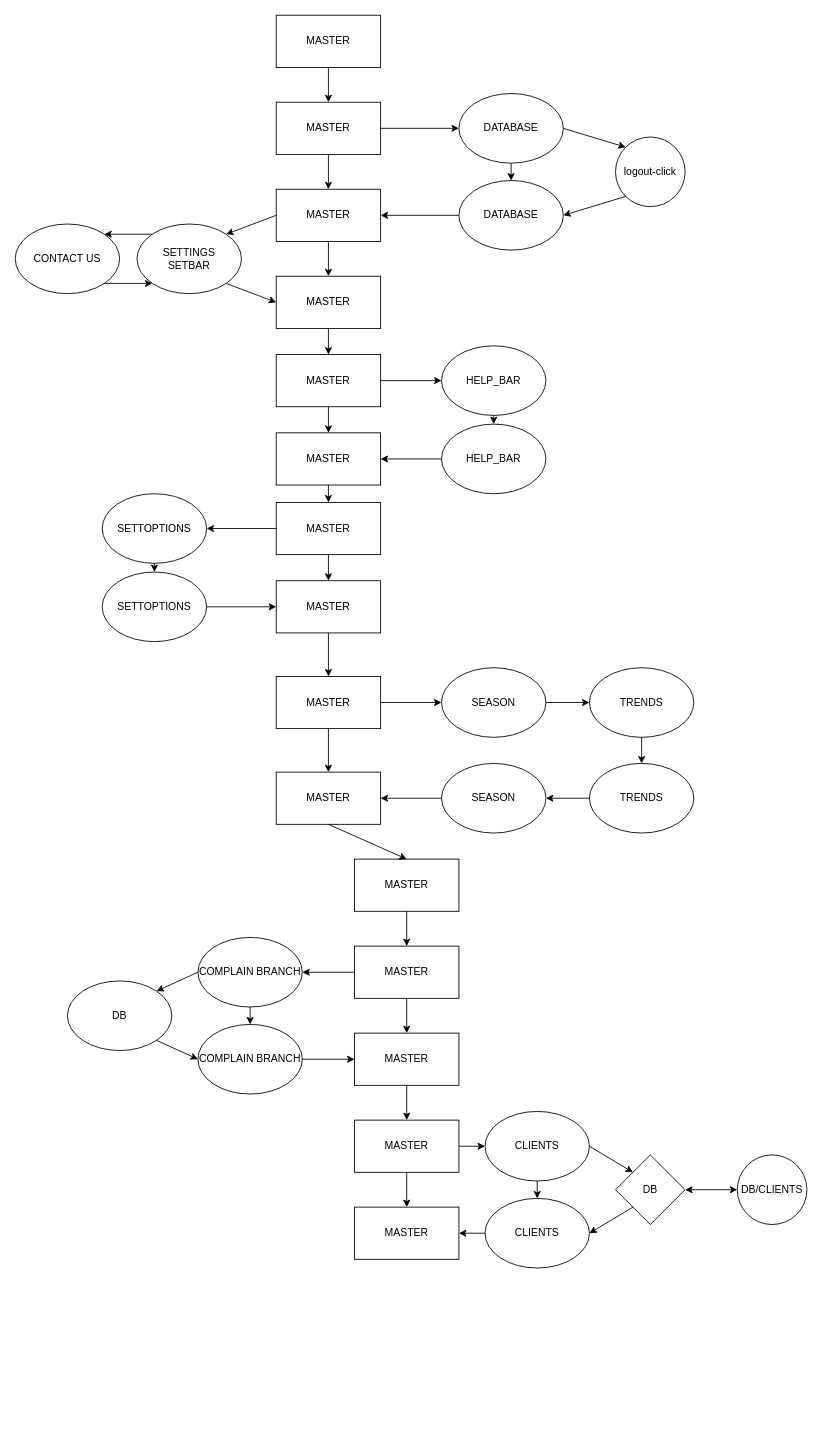
Above: INFORMATION/branches.drawio in Man1exter/MAIG-WAREHOUSE (draw.io), before the change. Source tidied: cells renumbered, new cells numbered last; positions are measured from the earlier drawing's top-left corner, leaving out a move shared by most shapes. Both pictures are drawn from the tidied source at 87%, with x=0, y=0 at pixel (15, 15).
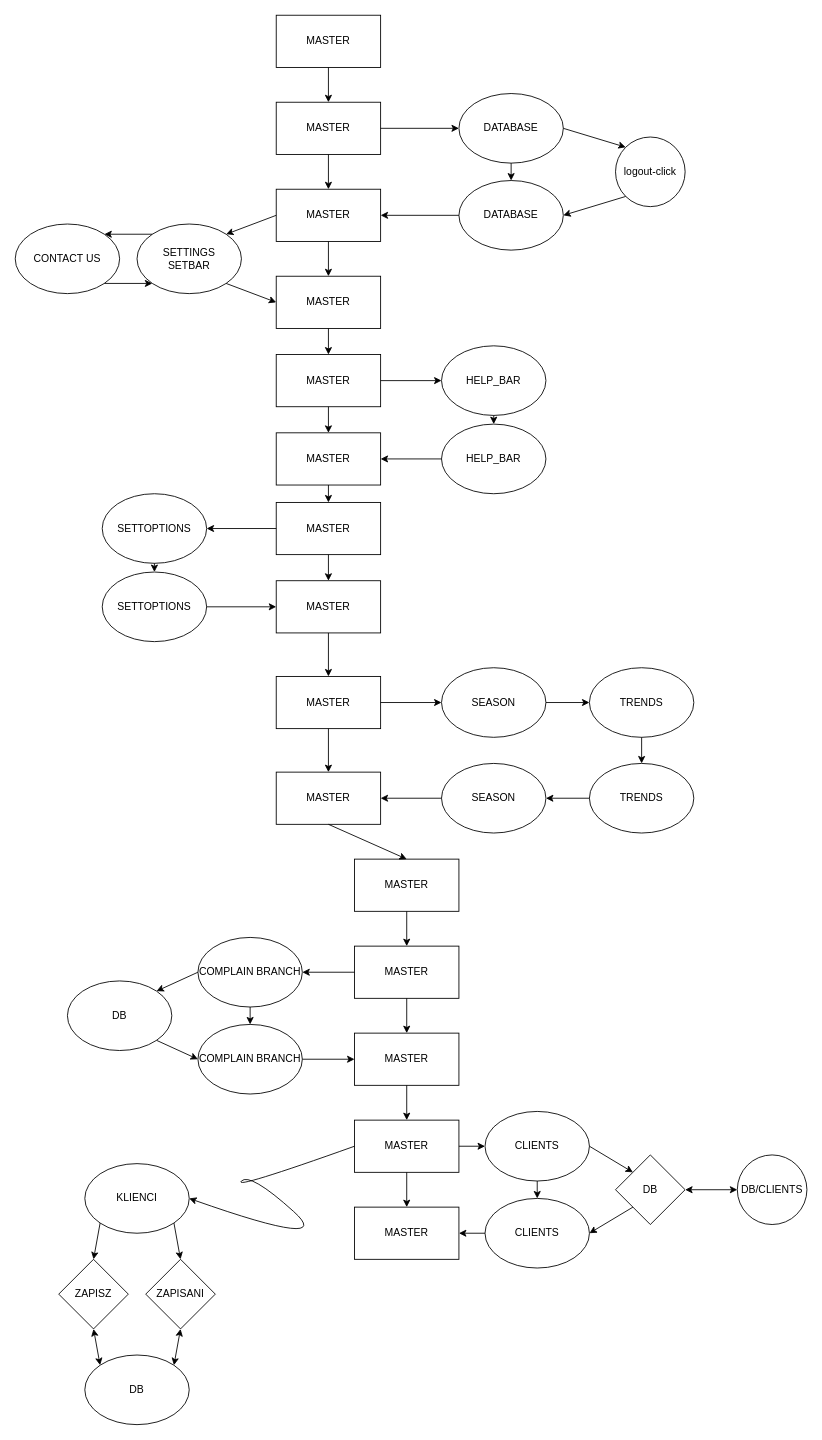
The same diagram, later.

The change refers to these unchanged cells:
```xml
<mxCell id="68" value="MASTER" style="rounded=0;whiteSpace=wrap;html=1;" parent="1" vertex="1">
  <mxGeometry x="390" y="1270" width="120" height="60" as="geometry" />
</mxCell>
```

What changed in the source:
```diff
@@
+    <mxCell id="82" value="KLIENCI" style="ellipse;whiteSpace=wrap;html=1;" parent="1" vertex="1">
+      <mxGeometry x="80" y="1320" width="120" height="80" as="geometry" />
+    </mxCell>
+    <mxCell id="83" value="ZAPISANI" style="rhombus;whiteSpace=wrap;html=1;" parent="1" vertex="1">
+      <mxGeometry x="150" y="1430" width="80" height="80" as="geometry" />
+    </mxCell>
+    <mxCell id="84" value="ZAPISZ" style="rhombus;whiteSpace=wrap;html=1;" parent="1" vertex="1">
+      <mxGeometry x="50" y="1430" width="80" height="80" as="geometry" />
+    </mxCell>
+    <mxCell id="85" value="DB" style="ellipse;whiteSpace=wrap;html=1;" parent="1" vertex="1">
+      <mxGeometry x="80" y="1540" width="120" height="80" as="geometry" />
+    </mxCell>
+    <mxCell id="86" style="endArrow=classic;html=1;exitX=1;exitY=1;exitDx=0;exitDy=0;entryX=0.5;entryY=0;entryDx=0;entryDy=0;" parent="1" edge="1" source="82" target="83">
+      <mxGeometry relative="1" as="geometry" />
+    </mxCell>
+    <mxCell id="87" style="endArrow=classic;html=1;exitX=0;exitY=1;exitDx=0;exitDy=0;entryX=0.5;entryY=0;entryDx=0;entryDy=0;" parent="1" edge="1" source="82" target="84">
+      <mxGeometry relative="1" as="geometry" />
+    </mxCell>
+    <mxCell id="88" style="endArrow=classic;startArrow=classic;html=1;exitX=0.5;exitY=1;exitDx=0;exitDy=0;entryX=0;entryY=0;entryDx=0;entryDy=0;" parent="1" edge="1" source="84" target="85">
+      <mxGeometry relative="1" as="geometry" />
+    </mxCell>
+    <mxCell id="89" style="endArrow=classic;startArrow=classic;html=1;exitX=0.5;exitY=1;exitDx=0;exitDy=0;entryX=1;entryY=0;entryDx=0;entryDy=0;" parent="1" edge="1" source="83" target="85">
+      <mxGeometry relative="1" as="geometry" />
+    </mxCell>
+    <mxCell id="90" style="curved=1;endArrow=classic;html=1;exitX=0;exitY=0.5;exitDx=0;exitDy=0;entryX=1;entryY=0.5;entryDx=0;entryDy=0;" parent="1" edge="1" source="68" target="82">
+      <mxGeometry relative="1" as="geometry">
+        <Array as="points">
+          <mxPoint x="250" y="1350" />
+          <mxPoint x="270" y="1330" />
+          <mxPoint x="370" y="1420" />
+        </Array>
+      </mxGeometry>
+    </mxCell>
```
